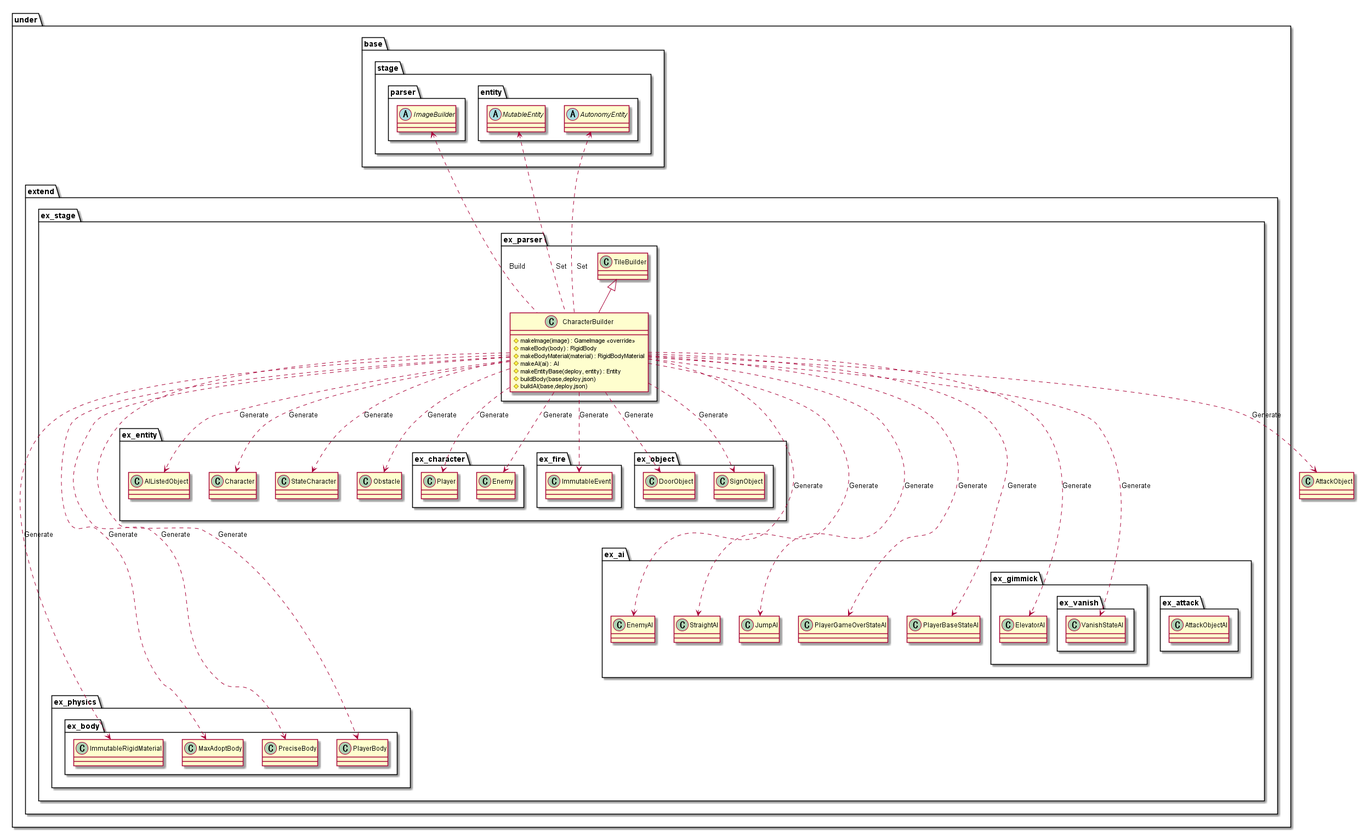
Above: out/uml/parser/Character/ParserCharacterBuilder.png in Expine/Under (PlantUML), before the change.
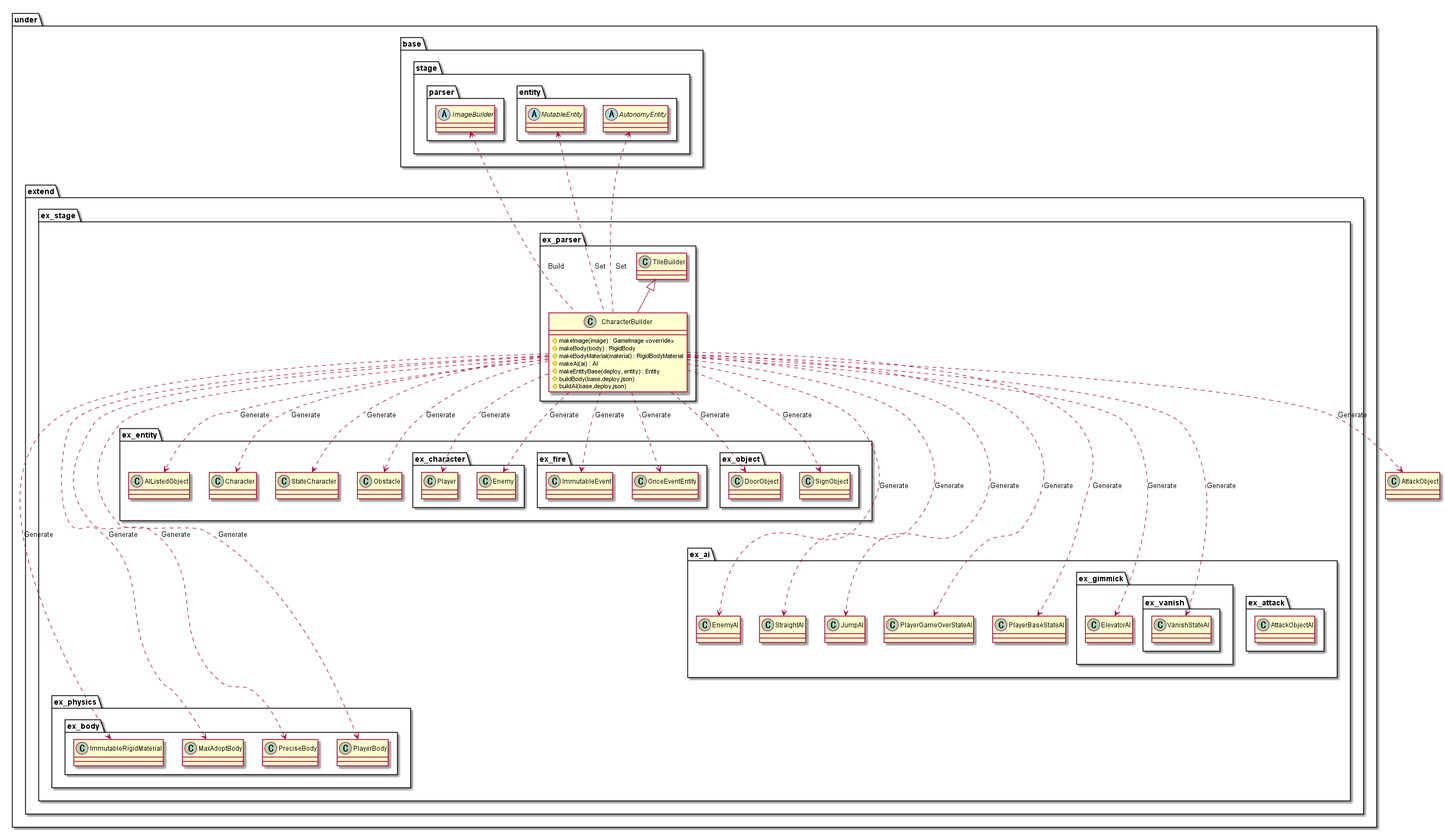
The same diagram one commit later.

Change to the diagram source:
```diff
@@ -50,6 +50,7 @@
                 }
                 package ex_fire {
                     class ImmutableEvent
+                    class OnceEventEntity
                 }
                 package ex_object {
                     class DoorObject
@@ -101,6 +102,7 @@
 CharacterBuilder ..> DoorObject : Generate
 CharacterBuilder ..> SignObject : Generate
 CharacterBuilder ..> ImmutableEvent : Generate
+CharacterBuilder ..> OnceEventEntity : Generate
 CharacterBuilder ..> AttackObject : Generate
 MutableEntity <... CharacterBuilder : Set
 AutonomyEntity <... CharacterBuilder : Set
```
